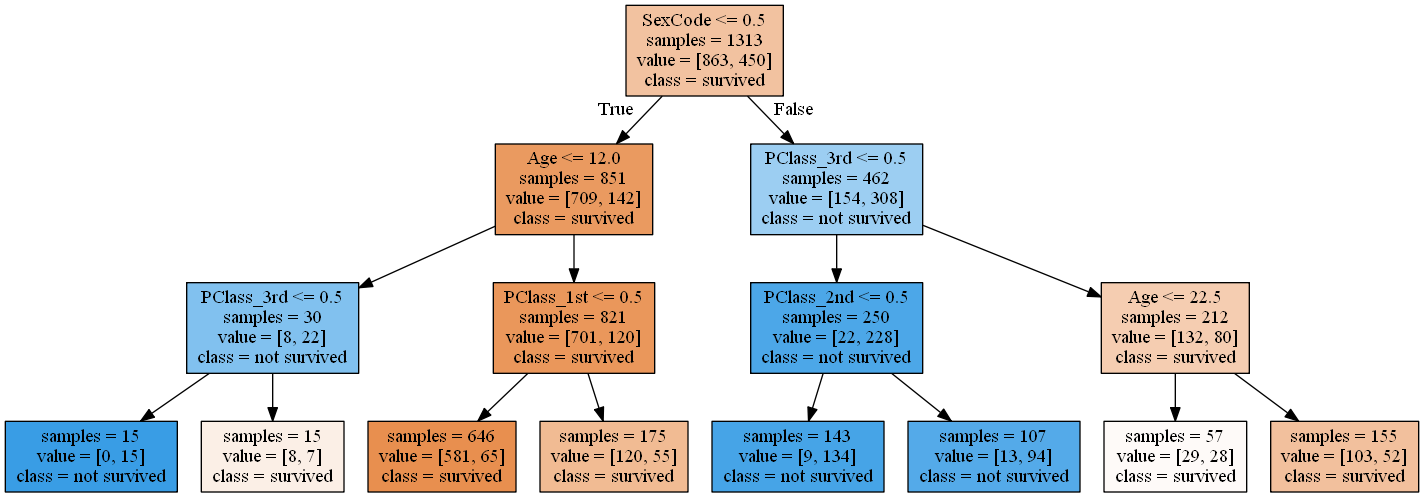
rdemarqui/data_science_basico keeps this Graphviz diagram as Python/05 Scikit-learn/figuras/tree_titanic.png. Above is the earlier version. Its source is kept beside it as Python/05 Scikit-learn/figuras/tree_titanic.dot.
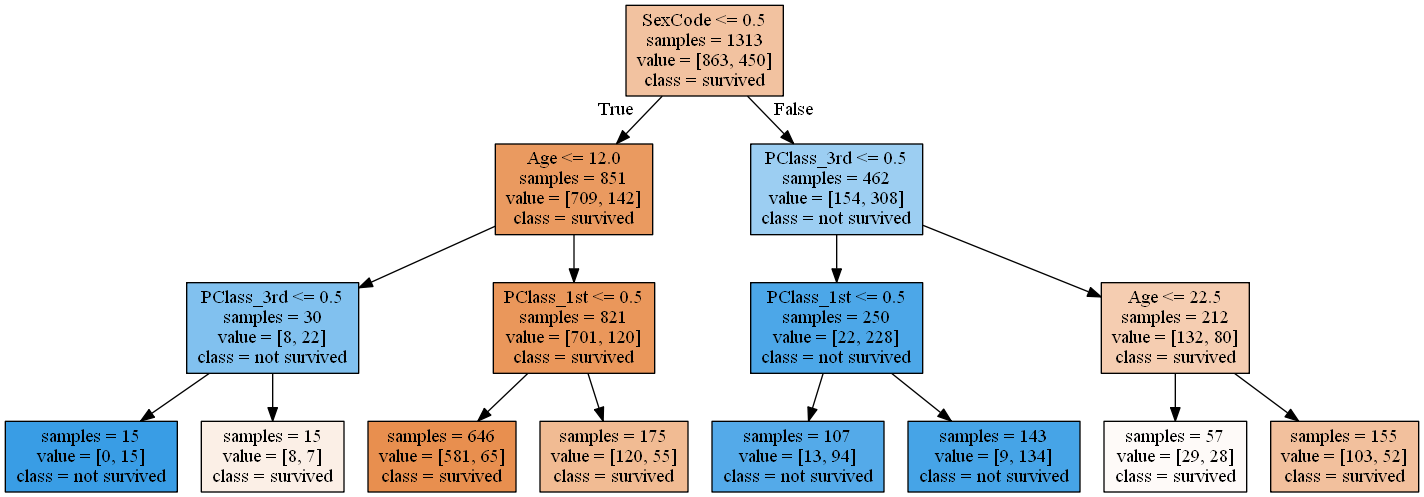
Later version of the same file.

The edit, as a diff of the source:
```diff
@@ -17,11 +17,11 @@
 5 -> 7 ;
 8 [label="PClass_3rd <= 0.5\nsamples = 462\nvalue = [154, 308]\nclass = not survived", fillcolor="#399de57f"] ;
 0 -> 8 [labeldistance=2.5, labelangle=-45, headlabel="False"] ;
-9 [label="PClass_2nd <= 0.5\nsamples = 250\nvalue = [22, 228]\nclass = not survived", fillcolor="#399de5e6"] ;
+9 [label="PClass_1st <= 0.5\nsamples = 250\nvalue = [22, 228]\nclass = not survived", fillcolor="#399de5e6"] ;
 8 -> 9 ;
-10 [label="samples = 143\nvalue = [9, 134]\nclass = not survived", fillcolor="#399de5ee"] ;
+10 [label="samples = 107\nvalue = [13, 94]\nclass = not survived", fillcolor="#399de5dc"] ;
 9 -> 10 ;
-11 [label="samples = 107\nvalue = [13, 94]\nclass = not survived", fillcolor="#399de5dc"] ;
+11 [label="samples = 143\nvalue = [9, 134]\nclass = not survived", fillcolor="#399de5ee"] ;
 9 -> 11 ;
 12 [label="Age <= 22.5\nsamples = 212\nvalue = [132, 80]\nclass = survived", fillcolor="#e5813964"] ;
 8 -> 12 ;
```
